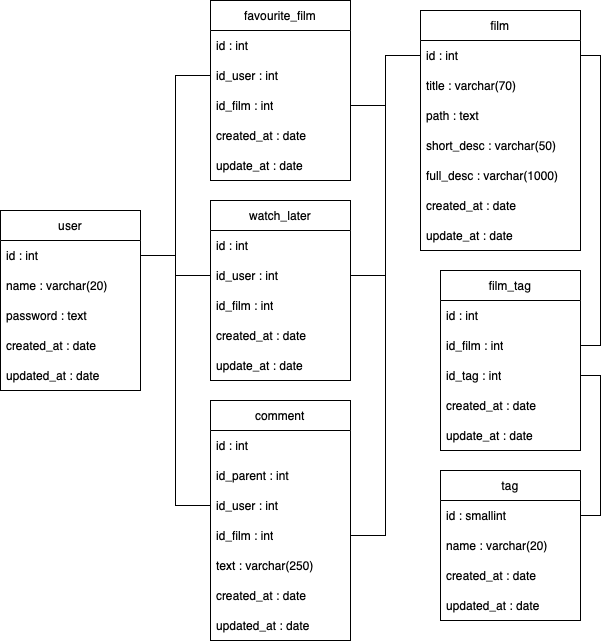
Before: _plan/database_plan.drawio.png, a diagram exported from draw.io (FilipSankowski/film_app). Source tidied: cells renumbered, new cells last; positions are measured from the earlier drawing's top-left corner, leaving out a move shared by most shapes.
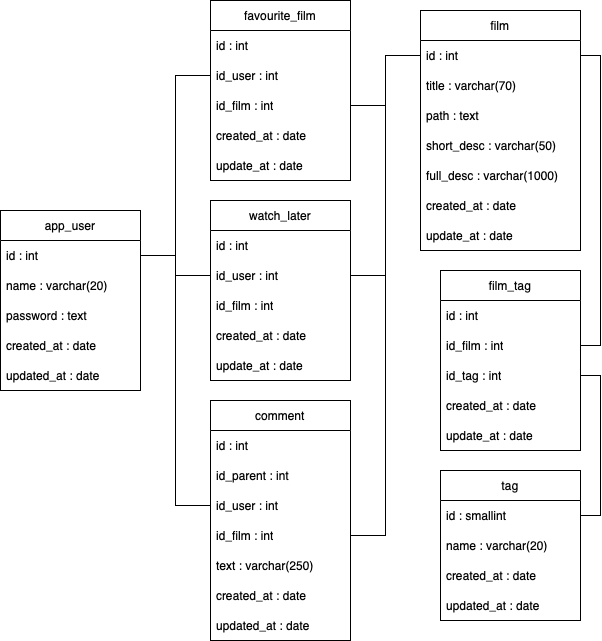
Above is the later version.

Commit message:
merged .gitignore files into single one; modified database plan

Diff of the diagram source:
```diff
@@ -2,7 +2,7 @@
   <root>
     <mxCell id="0" />
     <mxCell id="1" parent="0" />
-    <mxCell id="2" value="user" style="swimlane;fontStyle=0;horizontal=1;startSize=30;whiteSpace=wrap;html=1;" parent="1" vertex="1">
+    <mxCell id="2" value="app_user" style="swimlane;fontStyle=0;horizontal=1;startSize=30;whiteSpace=wrap;html=1;" parent="1" vertex="1">
       <mxGeometry y="210" width="140" height="180" as="geometry" />
     </mxCell>
     <mxCell id="3" value="id : int" style="text;strokeColor=none;fillColor=none;align=left;verticalAlign=middle;spacingLeft=4;spacingRight=4;overflow=hidden;points=[[0,0.5],[1,0.5]];portConstraint=eastwest;whiteSpace=wrap;html=1;" parent="2" vertex="1">
```
